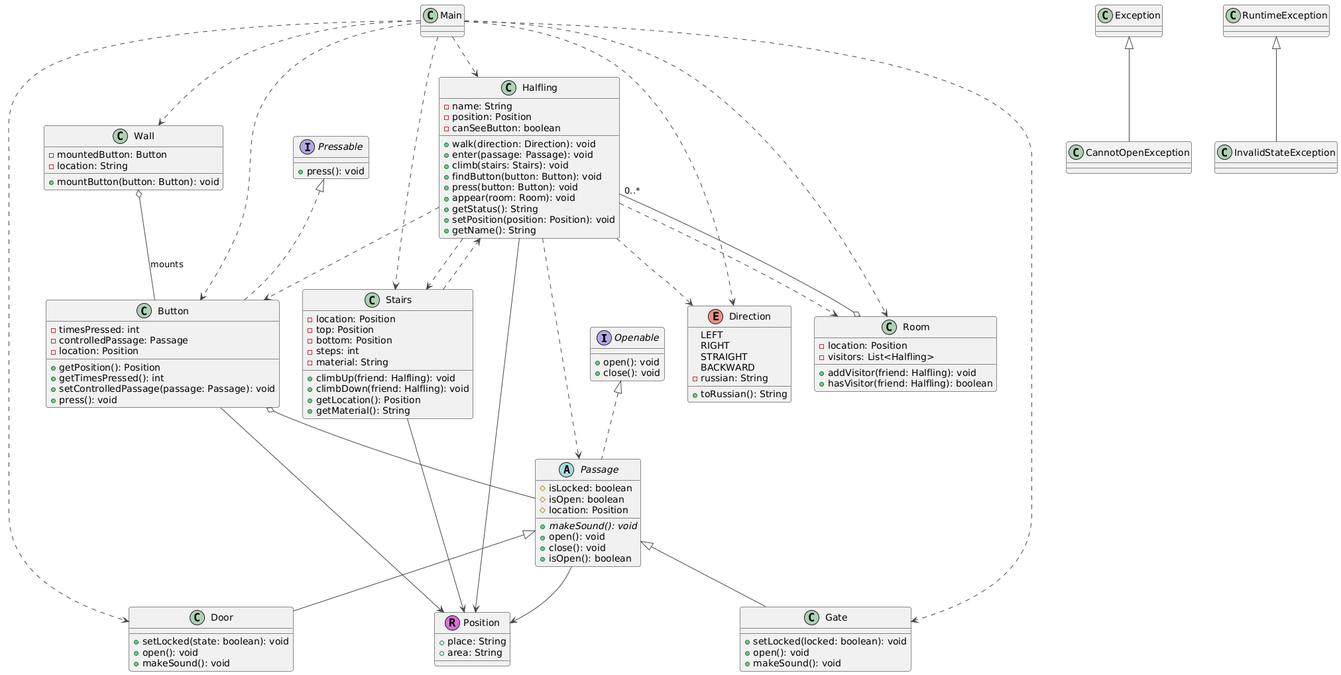
Above: diagram.png in BearIBear/lab3 (PlantUML), before the change.
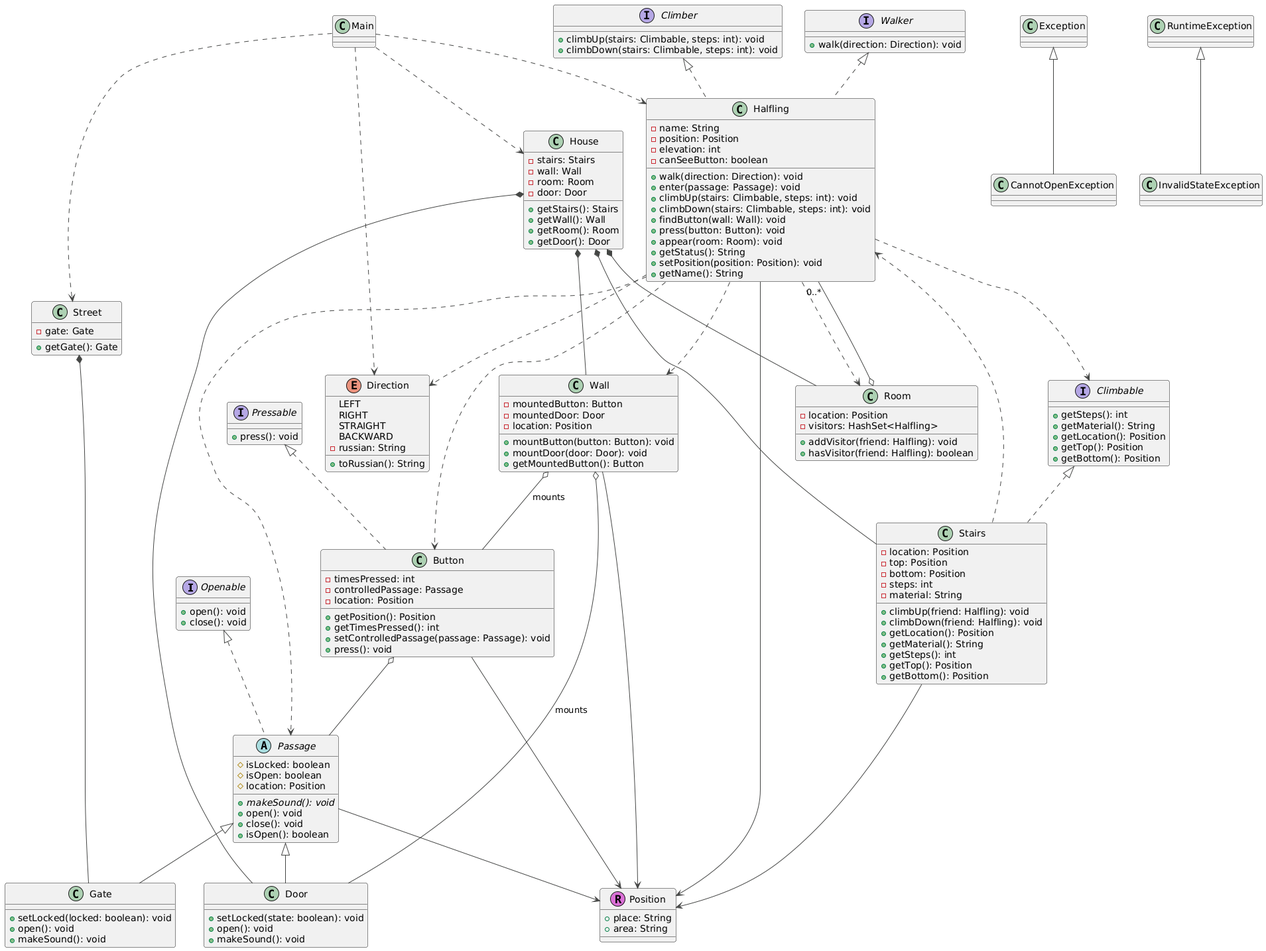
Above is the later version.

The edit, as a diff of the source:
```diff
@@ -8,6 +8,23 @@
 
 interface Pressable {
   + press(): void
+}
+
+interface Walker {
+  + walk(direction: Direction): void
+}
+
+interface Climbable {
+  + getSteps(): int
+  + getMaterial(): String
+  + getLocation(): Position
+  + getTop(): Position
+  + getBottom(): Position
+}
+
+interface Climber {
+  + climbUp(stairs: Climbable, steps: int): void
+  + climbDown(stairs: Climbable, steps: int): void
 }
 
 enum Direction {
@@ -51,14 +68,16 @@
   + makeSound(): void
 }
 
-class Halfling {
+class Halfling implements Climber, Walker {
   - name: String
   - position: Position
+  - elevation: int
   - canSeeButton: boolean
   + walk(direction: Direction): void
   + enter(passage: Passage): void
-  + climb(stairs: Stairs): void
-  + findButton(button: Button): void
+  + climbUp(stairs: Climbable, steps: int): void
+  + climbDown(stairs: Climbable, steps: int): void
+  + findButton(wall: Wall): void
   + press(button: Button): void
   + appear(room: Room): void
   + getStatus(): String
@@ -68,12 +87,12 @@
 
 class Room {
   - location: Position
-  - visitors: List<Halfling>
+  - visitors: HashSet<Halfling>
   + addVisitor(friend: Halfling): void
   + hasVisitor(friend: Halfling): boolean
 }
 
-class Stairs {
+class Stairs implements Climbable {
   - location: Position
   - top: Position
   - bottom: Position
@@ -83,12 +102,34 @@
   + climbDown(friend: Halfling): void
   + getLocation(): Position
   + getMaterial(): String
+  + getSteps(): int
+  + getTop(): Position
+  + getBottom(): Position
 }
 
 class Wall {
   - mountedButton: Button
-  - location: String
+  - mountedDoor: Door
+  - location: Position
   + mountButton(button: Button): void
+  + mountDoor(door: Door): void
+  + getMountedButton(): Button
+}
+
+class House {
+  - stairs: Stairs
+  - wall: Wall
+  - room: Room
+  - door: Door
+  + getStairs(): Stairs
+  + getWall(): Wall
+  + getRoom(): Room
+  + getDoor(): Door
+}
+
+class Street {
+  - gate: Gate
+  + getGate(): Gate
 }
 
 class Position << (R,orchid) >> {
@@ -103,24 +144,23 @@
 }
 
 Main ..> Halfling
-Main ..> Gate
-Main ..> Stairs
-Main ..> Wall
-Main ..> Button
-Main ..> Door
-Main ..> Room
+Main ..> House
+Main ..> Street
 Main ..> Direction
 
 Halfling ..> Direction
 Halfling ..> Passage
-Halfling ..> Stairs
+Halfling ..> Climbable
 Halfling ..> Button
 Halfling ..> Room
+Halfling ..> Wall
 Halfling --> Position
 
 Room o-- "0..*" Halfling
 
 Wall o-- Button : mounts
+Wall o-- Door : mounts
+Wall --> Position
 
 Button o-- Passage
 Button --> Position
@@ -129,4 +169,11 @@
 
 Stairs --> Position
 Stairs ..> Halfling
+
+House *-- Stairs
+House *-- Wall
+House *-- Room
+House *-- Door
+
+Street *-- Gate
 @enduml
```
